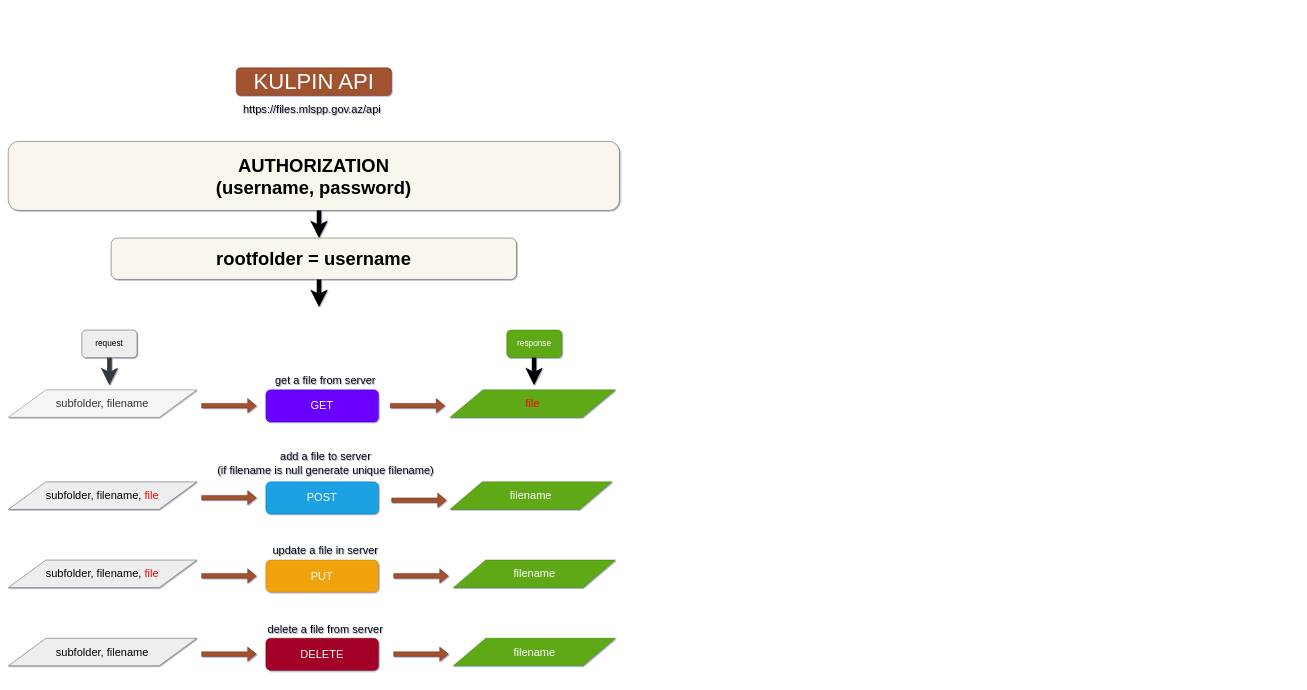
The draw.io diagram FileServer.WebAPI/wwwroot/plan.drawio in samir-isagov/FileServer, before the edit. Source tidied: cells renumbered, new cells numbered last; positions are measured from the earlier drawing's top-left corner, leaving out a move shared by most shapes. Both pictures are drawn from the tidied source at 46%, with x=0, y=0 at pixel (8, 68).
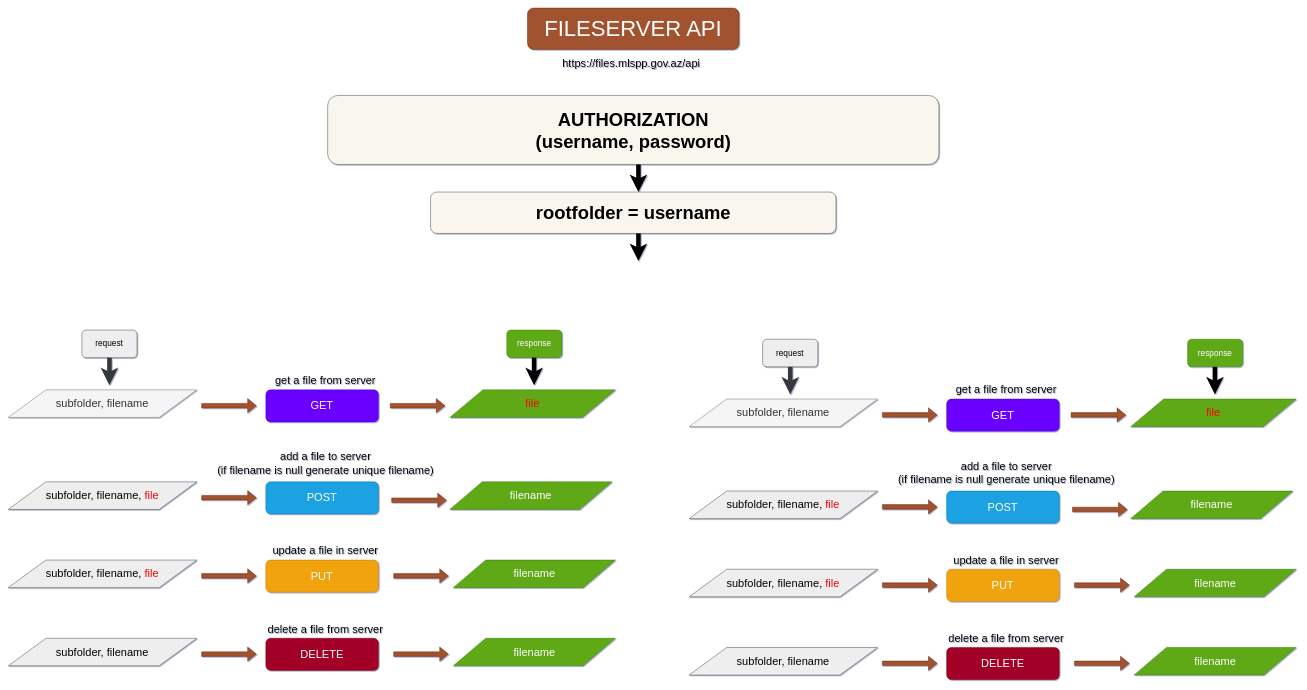
The same page after the edit.

What changed in the source:
```diff
@@
     <mxCell id="3" value="https://files.mlspp.gov.az/api" style="text;html=1;strokeColor=none;fillColor=none;align=center;verticalAlign=middle;whiteSpace=wrap;rounded=0;fontSize=24;" parent="1" vertex="1">
-      <mxGeometry x="596" y="80" width="130" height="20" as="geometry" />
+      <mxGeometry x="1290.4" y="-20" width="130" height="20" as="geometry" />
     </mxCell>
@@
-    <mxCell id="11" value="KULPIN API" style="rounded=1;whiteSpace=wrap;html=1;fillColor=#a0522d;fontSize=48;strokeColor=#6D1F00;fontColor=#ffffff;" parent="1" vertex="1">
-      <mxGeometry x="496" width="337.5" height="60" as="geometry" />
+    <mxCell id="11" value="FILESERVER API" style="rounded=1;whiteSpace=wrap;html=1;fillColor=#a0522d;fontSize=48;strokeColor=#6D1F00;fontColor=#ffffff;" parent="1" vertex="1">
+      <mxGeometry x="1129.2" y="-130" width="460" height="90" as="geometry" />
     </mxCell>
@@
     <mxCell id="28" value="response" style="rounded=1;whiteSpace=wrap;html=1;fillColor=#60a917;fontSize=18;strokeColor=#2D7600;fontColor=#ffffff;" parent="1" vertex="1">
-      <mxGeometry x="1084.1" y="570" width="120" height="60" as="geometry" />
+      <mxGeometry x="1084.2" y="570" width="120" height="60" as="geometry" />
     </mxCell>
@@
     <mxCell id="30" style="endArrow=classic;html=1;fontSize=18;exitX=0.5;exitY=1;exitDx=0;exitDy=0;strokeWidth=10;" parent="1" edge="1">
       <mxGeometry relative="1" as="geometry">
-        <mxPoint x="1143.5" y="630" as="sourcePoint" />
-        <mxPoint x="1143.5" y="690" as="targetPoint" />
+        <mxPoint x="1143.6" y="630" as="sourcePoint" />
+        <mxPoint x="1143.6" y="690" as="targetPoint" />
       </mxGeometry>
     </mxCell>
     <mxCell id="31" value="AUTHORIZATION&lt;br&gt;(username, password)" style="rounded=1;whiteSpace=wrap;html=1;fontSize=40;fillColor=#f9f7ed;strokeColor=#36393d;fontStyle=1;" parent="1" vertex="1">
-      <mxGeometry x="0.4" y="160" width="1328.8" height="150" as="geometry" />
+      <mxGeometry x="694.8" y="60" width="1328.8" height="150" as="geometry" />
     </mxCell>
     <mxCell id="32" value="rootfolder = username" style="rounded=1;whiteSpace=wrap;html=1;fontSize=40;fillColor=#f9f7ed;strokeColor=#36393d;fontStyle=1;" parent="1" vertex="1">
-      <mxGeometry x="224.1" y="370" width="881.3" height="90" as="geometry" />
+      <mxGeometry x="918.5" y="270" width="881.3" height="90" as="geometry" />
     </mxCell>
     <mxCell id="33" style="endArrow=classic;html=1;fontSize=18;exitX=0.5;exitY=1;exitDx=0;exitDy=0;strokeWidth=10;" parent="1" edge="1">
       <mxGeometry relative="1" as="geometry">
-        <mxPoint x="676" y="310" as="sourcePoint" />
-        <mxPoint x="676" y="370" as="targetPoint" />
+        <mxPoint x="1370.4" y="210" as="sourcePoint" />
+        <mxPoint x="1370.4" y="270" as="targetPoint" />
       </mxGeometry>
     </mxCell>
     <mxCell id="34" style="endArrow=classic;html=1;fontSize=18;exitX=0.5;exitY=1;exitDx=0;exitDy=0;strokeWidth=10;" parent="1" edge="1">
       <mxGeometry relative="1" as="geometry">
-        <mxPoint x="676" y="460" as="sourcePoint" />
-        <mxPoint x="676" y="520" as="targetPoint" />
+        <mxPoint x="1370.4" y="360" as="sourcePoint" />
+        <mxPoint x="1370.4" y="420" as="targetPoint" />
       </mxGeometry>
     </mxCell>
@@
+    <mxCell id="36" value="&lt;font style=&quot;font-size: 24px&quot;&gt;GET&lt;/font&gt;" style="rounded=1;whiteSpace=wrap;html=1;fillColor=#6a00ff;strokeColor=#3700CC;fontColor=#FFFFFF;" parent="1" vertex="1">
+      <mxGeometry x="2040.4" y="720" width="245" height="70" as="geometry" />
+    </mxCell>
+    <mxCell id="37" value="&lt;font style=&quot;font-size: 24px&quot;&gt;POST&lt;/font&gt;" style="rounded=1;whiteSpace=wrap;html=1;fillColor=#1ba1e2;strokeColor=#006EAF;fontColor=#ffffff;" parent="1" vertex="1">
+      <mxGeometry x="2040.4" y="920" width="245" height="70" as="geometry" />
+    </mxCell>
+    <mxCell id="38" value="&lt;font style=&quot;font-size: 24px&quot;&gt;PUT&lt;/font&gt;" style="rounded=1;whiteSpace=wrap;html=1;fillColor=#f0a30a;strokeColor=#BD7000;fontColor=#ffffff;" parent="1" vertex="1">
+      <mxGeometry x="2040.4" y="1090" width="245" height="70" as="geometry" />
+    </mxCell>
+    <mxCell id="39" value="&lt;font style=&quot;font-size: 24px&quot;&gt;DELETE&lt;/font&gt;" style="rounded=1;whiteSpace=wrap;html=1;fillColor=#a20025;strokeColor=#6F0000;fontColor=#ffffff;" parent="1" vertex="1">
+      <mxGeometry x="2040.4" y="1260" width="245" height="70" as="geometry" />
+    </mxCell>
+    <mxCell id="40" value="subfolder, filename" style="shape=parallelogram;perimeter=parallelogramPerimeter;whiteSpace=wrap;html=1;fontSize=24;fillColor=#f5f5f5;strokeColor=#666666;fontColor=#333333;" parent="1" vertex="1">
+      <mxGeometry x="1480.4" y="720" width="410" height="60" as="geometry" />
+    </mxCell>
+    <mxCell id="41" value="&lt;font color=&quot;#ff0000&quot;&gt;file&lt;/font&gt;" style="shape=parallelogram;perimeter=parallelogramPerimeter;whiteSpace=wrap;html=1;fillColor=#60a917;fontSize=24;strokeColor=#2D7600;fontColor=#ffffff;" parent="1" vertex="1">
+      <mxGeometry x="2440.4" y="720" width="360" height="60" as="geometry" />
+    </mxCell>
+    <mxCell id="42" style="shape=flexArrow;endArrow=classic;html=1;fontSize=24;fillColor=#a0522d;strokeColor=#6D1F00;" parent="1" edge="1">
+      <mxGeometry relative="1" as="geometry">
+        <mxPoint x="2310.4" y="754.5" as="sourcePoint" />
+        <mxPoint x="2430.4" y="754.5" as="targetPoint" />
+      </mxGeometry>
+    </mxCell>
+    <mxCell id="43" style="shape=flexArrow;endArrow=classic;html=1;fontSize=24;fillColor=#a0522d;strokeColor=#6D1F00;" parent="1" edge="1">
+      <mxGeometry relative="1" as="geometry">
+        <mxPoint x="1900.4" y="754.5" as="sourcePoint" />
+        <mxPoint x="2020.4" y="754.5" as="targetPoint" />
+      </mxGeometry>
+    </mxCell>
+    <mxCell id="44" value="subfolder, filename, &lt;font color=&quot;#ff0000&quot;&gt;file&lt;/font&gt;" style="shape=parallelogram;perimeter=parallelogramPerimeter;whiteSpace=wrap;html=1;fontSize=24;fillColor=#eeeeee;strokeColor=#36393d;" parent="1" vertex="1">
+      <mxGeometry x="1480.4" y="920" width="410" height="60" as="geometry" />
+    </mxCell>
+    <mxCell id="45" style="shape=flexArrow;endArrow=classic;html=1;fontSize=24;fillColor=#a0522d;strokeColor=#6D1F00;" parent="1" edge="1">
+      <mxGeometry relative="1" as="geometry">
+        <mxPoint x="1900.4" y="954.5" as="sourcePoint" />
+        <mxPoint x="2020.4" y="954.5" as="targetPoint" />
+      </mxGeometry>
+    </mxCell>
+    <mxCell id="46" value="subfolder, filename, &lt;font color=&quot;#ff0000&quot;&gt;file&lt;/font&gt;" style="shape=parallelogram;perimeter=parallelogramPerimeter;whiteSpace=wrap;html=1;fontSize=24;fillColor=#eeeeee;strokeColor=#36393d;" parent="1" vertex="1">
+      <mxGeometry x="1480.4" y="1090" width="410" height="60" as="geometry" />
+    </mxCell>
+    <mxCell id="47" style="shape=flexArrow;endArrow=classic;html=1;fontSize=24;fillColor=#a0522d;strokeColor=#6D1F00;" parent="1" edge="1">
+      <mxGeometry relative="1" as="geometry">
+        <mxPoint x="1900.4" y="1124.5" as="sourcePoint" />
+        <mxPoint x="2020.4" y="1124.5" as="targetPoint" />
+      </mxGeometry>
+    </mxCell>
+    <mxCell id="48" value="filename" style="shape=parallelogram;perimeter=parallelogramPerimeter;whiteSpace=wrap;html=1;fillColor=#60a917;fontSize=24;strokeColor=#2D7600;fontColor=#ffffff;" parent="1" vertex="1">
+      <mxGeometry x="2447.9" y="1090" width="352.5" height="60" as="geometry" />
+    </mxCell>
+    <mxCell id="49" style="shape=flexArrow;endArrow=classic;html=1;fontSize=24;fillColor=#a0522d;strokeColor=#6D1F00;" parent="1" edge="1">
+      <mxGeometry relative="1" as="geometry">
+        <mxPoint x="2317.9" y="1124.5" as="sourcePoint" />
+        <mxPoint x="2437.9" y="1124.5" as="targetPoint" />
+      </mxGeometry>
+    </mxCell>
+    <mxCell id="50" value="subfolder, filename" style="shape=parallelogram;perimeter=parallelogramPerimeter;whiteSpace=wrap;html=1;fontSize=24;fillColor=#eeeeee;strokeColor=#36393d;" parent="1" vertex="1">
+      <mxGeometry x="1480.4" y="1260" width="410" height="60" as="geometry" />
+    </mxCell>
+    <mxCell id="51" style="shape=flexArrow;endArrow=classic;html=1;fontSize=24;fillColor=#a0522d;strokeColor=#6D1F00;" parent="1" edge="1">
+      <mxGeometry relative="1" as="geometry">
+        <mxPoint x="1900.4" y="1294.5" as="sourcePoint" />
+        <mxPoint x="2020.4" y="1294.5" as="targetPoint" />
+      </mxGeometry>
+    </mxCell>
+    <mxCell id="52" value="filename" style="shape=parallelogram;perimeter=parallelogramPerimeter;whiteSpace=wrap;html=1;fillColor=#60a917;fontSize=24;strokeColor=#2D7600;fontColor=#ffffff;" parent="1" vertex="1">
+      <mxGeometry x="2447.9" y="1260" width="352.5" height="60" as="geometry" />
+    </mxCell>
+    <mxCell id="53" style="shape=flexArrow;endArrow=classic;html=1;fontSize=24;fillColor=#a0522d;strokeColor=#6D1F00;" parent="1" edge="1">
+      <mxGeometry relative="1" as="geometry">
+        <mxPoint x="2317.9" y="1294.5" as="sourcePoint" />
+        <mxPoint x="2437.9" y="1294.5" as="targetPoint" />
+      </mxGeometry>
+    </mxCell>
+    <mxCell id="54" value="get a file from server" style="text;html=1;strokeColor=none;fillColor=none;align=center;verticalAlign=middle;whiteSpace=wrap;rounded=0;fontSize=24;" parent="1" vertex="1">
+      <mxGeometry x="2030.4" y="690" width="280" height="20" as="geometry" />
+    </mxCell>
+    <mxCell id="55" value="add a file to server&lt;br&gt;(if filename is null generate unique filename)" style="text;html=1;strokeColor=none;fillColor=none;align=center;verticalAlign=middle;whiteSpace=wrap;rounded=0;fontSize=24;" parent="1" vertex="1">
+      <mxGeometry x="1928.8" y="870" width="483.1" height="20" as="geometry" />
+    </mxCell>
+    <mxCell id="56" value="update a file in server" style="text;html=1;strokeColor=none;fillColor=none;align=center;verticalAlign=middle;whiteSpace=wrap;rounded=0;fontSize=24;" parent="1" vertex="1">
+      <mxGeometry x="2030.4" y="1060" width="280" height="20" as="geometry" />
+    </mxCell>
+    <mxCell id="57" value="delete a file from server" style="text;html=1;strokeColor=none;fillColor=none;align=center;verticalAlign=middle;whiteSpace=wrap;rounded=0;fontSize=24;" parent="1" vertex="1">
+      <mxGeometry x="2030.4" y="1230" width="280" height="20" as="geometry" />
+    </mxCell>
+    <mxCell id="58" value="filename" style="shape=parallelogram;perimeter=parallelogramPerimeter;whiteSpace=wrap;html=1;fillColor=#60a917;fontSize=24;strokeColor=#2D7600;fontColor=#ffffff;" parent="1" vertex="1">
+      <mxGeometry x="2440.4" y="920" width="352.5" height="60" as="geometry" />
+    </mxCell>
+    <mxCell id="59" value="request" style="rounded=1;whiteSpace=wrap;html=1;fontSize=18;fillColor=#eeeeee;strokeColor=#36393d;" parent="1" vertex="1">
+      <mxGeometry x="1640.4" y="590" width="120" height="60" as="geometry" />
+    </mxCell>
+    <mxCell id="60" value="response" style="rounded=1;whiteSpace=wrap;html=1;fillColor=#60a917;fontSize=18;strokeColor=#2D7600;fontColor=#ffffff;" parent="1" vertex="1">
+      <mxGeometry x="2564.2" y="590" width="120" height="60" as="geometry" />
+    </mxCell>
+    <mxCell id="61" style="endArrow=classic;html=1;fontSize=18;exitX=0.5;exitY=1;exitDx=0;exitDy=0;strokeWidth=10;fillColor=#eeeeee;strokeColor=#36393d;" parent="1" edge="1" source="59">
+      <mxGeometry relative="1" as="geometry">
+        <mxPoint x="1700.4" y="710" as="targetPoint" />
+      </mxGeometry>
+    </mxCell>
+    <mxCell id="62" style="endArrow=classic;html=1;fontSize=18;exitX=0.5;exitY=1;exitDx=0;exitDy=0;strokeWidth=10;" parent="1" edge="1">
+      <mxGeometry relative="1" as="geometry">
+        <mxPoint x="2623.6" y="650" as="sourcePoint" />
+        <mxPoint x="2623.6" y="710" as="targetPoint" />
+      </mxGeometry>
+    </mxCell>
+    <mxCell id="63" style="shape=flexArrow;endArrow=classic;html=1;fontSize=24;fillColor=#a0522d;strokeColor=#6D1F00;" parent="1" edge="1">
+      <mxGeometry relative="1" as="geometry">
+        <mxPoint x="2313.5" y="960" as="sourcePoint" />
+        <mxPoint x="2433.5" y="960" as="targetPoint" />
+      </mxGeometry>
+    </mxCell>
```
